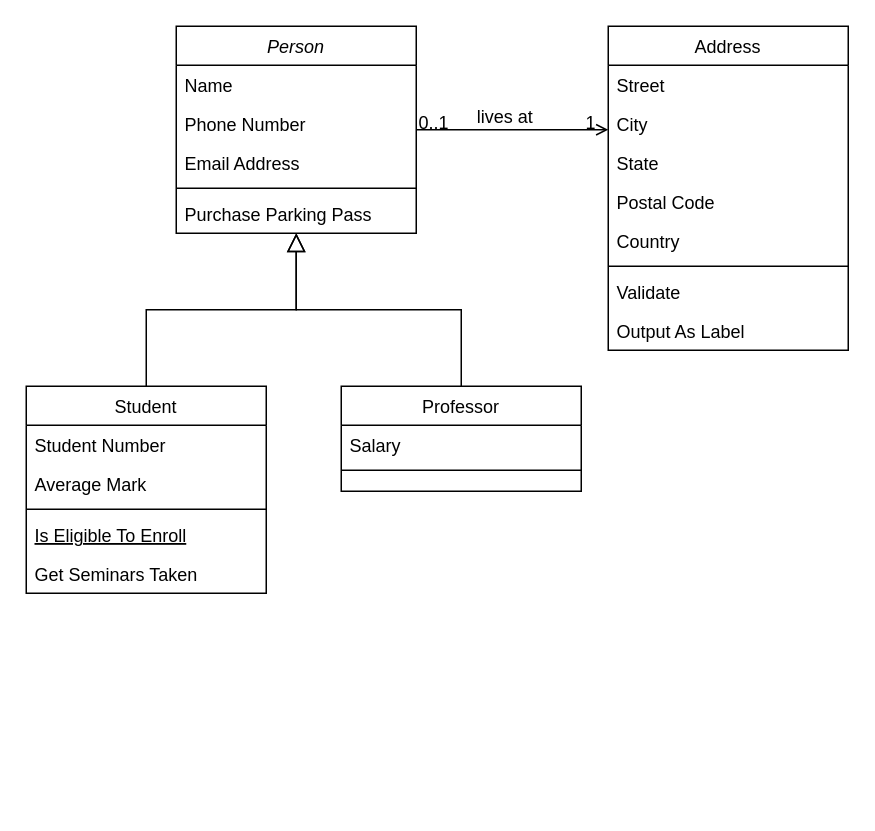
The draw.io diagram Диаграмма/Диаграмма без названия.drawio in ditclay/DemoEkzamen, before the edit. Source tidied: cells renumbered, new cells numbered last; positions are measured from the earlier drawing's top-left corner, leaving out a move shared by most shapes. Both pictures are drawn from the tidied source at 150%, with x=0, y=0 at pixel (26, 26).
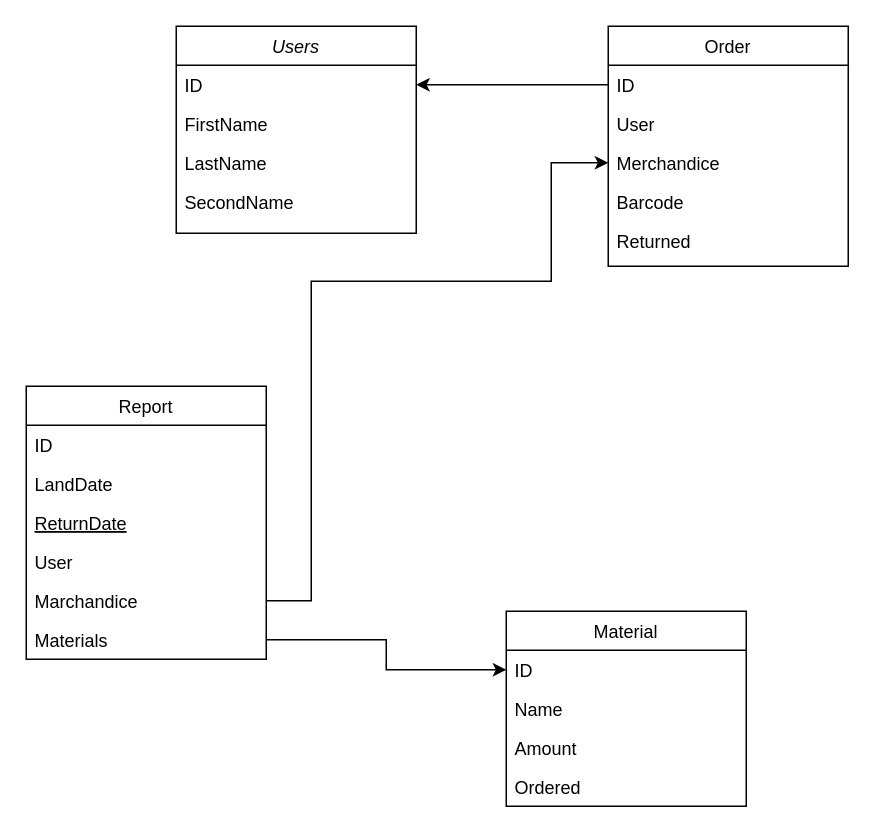
Above is the later version.

What changed in the source:
```diff
@@
-    <mxCell id="2" value="Person" style="swimlane;fontStyle=2;align=center;verticalAlign=top;horizontal=1;startSize=26;rounded=0;shadow=0;strokeWidth=1;" parent="1" vertex="1">
+    <mxCell id="2" value="Users&#10;" style="swimlane;fontStyle=2;align=center;verticalAlign=top;horizontal=1;startSize=26;rounded=0;shadow=0;strokeWidth=1;" parent="1" vertex="1">
       <mxGeometry x="100" width="160" height="138" as="geometry" />
     </mxCell>
-    <mxCell id="3" value="Name" style="text;align=left;verticalAlign=top;spacingLeft=4;spacingRight=4;overflow=hidden;points=[[0,0.5],[1,0.5]];portConstraint=eastwest;" parent="2" vertex="1">
+    <mxCell id="3" value="ID" style="text;align=left;verticalAlign=top;spacingLeft=4;spacingRight=4;overflow=hidden;points=[[0,0.5],[1,0.5]];portConstraint=eastwest;" parent="2" vertex="1">
       <mxGeometry y="26" width="160" height="26" as="geometry" />
     </mxCell>
-    <mxCell id="4" value="Phone Number" style="text;align=left;verticalAlign=top;spacingLeft=4;spacingRight=4;overflow=hidden;rounded=0;shadow=0;html=0;" parent="2" vertex="1">
+    <mxCell id="4" value="FirstName" style="text;align=left;verticalAlign=top;spacingLeft=4;spacingRight=4;overflow=hidden;rounded=0;shadow=0;html=0;" parent="2" vertex="1">
       <mxGeometry y="52" width="160" height="26" as="geometry" />
     </mxCell>
-    <mxCell id="5" value="Email Address" style="text;align=left;verticalAlign=top;spacingLeft=4;spacingRight=4;overflow=hidden;rounded=0;shadow=0;html=0;" parent="2" vertex="1">
+    <mxCell id="5" value="LastName&#10;" style="text;align=left;verticalAlign=top;spacingLeft=4;spacingRight=4;overflow=hidden;rounded=0;shadow=0;html=0;" parent="2" vertex="1">
       <mxGeometry y="78" width="160" height="26" as="geometry" />
     </mxCell>
-    <mxCell id="6" style="line;html=1;strokeWidth=1;align=left;verticalAlign=middle;spacingTop=-1;spacingLeft=3;spacingRight=3;labelPosition=right;" parent="2" vertex="1">
-      <mxGeometry y="104" width="160" height="8" as="geometry" />
-    </mxCell>
-    <mxCell id="7" value="Purchase Parking Pass" style="text;align=left;verticalAlign=top;spacingLeft=4;spacingRight=4;overflow=hidden;" parent="2" vertex="1">
-      <mxGeometry y="112" width="160" height="26" as="geometry" />
+    <mxCell id="7" value="SecondName" style="text;align=left;verticalAlign=top;spacingLeft=4;spacingRight=4;overflow=hidden;" parent="2" vertex="1">
+      <mxGeometry y="104" width="160" height="26" as="geometry" />
     </mxCell>
-    <mxCell id="8" value="Student" style="swimlane;fontStyle=0;align=center;verticalAlign=top;horizontal=1;startSize=26;rounded=0;shadow=0;strokeWidth=1;" parent="1" vertex="1">
-      <mxGeometry y="240" width="160" height="138" as="geometry" />
+    <mxCell id="8" value="Report" style="swimlane;fontStyle=0;align=center;verticalAlign=top;horizontal=1;startSize=26;rounded=0;shadow=0;strokeWidth=1;" parent="1" vertex="1">
+      <mxGeometry y="240" width="160" height="182" as="geometry" />
     </mxCell>
-    <mxCell id="9" value="Student Number" style="text;align=left;verticalAlign=top;spacingLeft=4;spacingRight=4;overflow=hidden;" parent="8" vertex="1">
+    <mxCell id="9" value="ID" style="text;align=left;verticalAlign=top;spacingLeft=4;spacingRight=4;overflow=hidden;" parent="8" vertex="1">
       <mxGeometry y="26" width="160" height="26" as="geometry" />
     </mxCell>
-    <mxCell id="10" value="Average Mark" style="text;align=left;verticalAlign=top;spacingLeft=4;spacingRight=4;overflow=hidden;rounded=0;shadow=0;html=0;" parent="8" vertex="1">
+    <mxCell id="10" value="LandDate" style="text;align=left;verticalAlign=top;spacingLeft=4;spacingRight=4;overflow=hidden;rounded=0;shadow=0;html=0;" parent="8" vertex="1">
       <mxGeometry y="52" width="160" height="26" as="geometry" />
     </mxCell>
-    <mxCell id="11" style="line;html=1;strokeWidth=1;align=left;verticalAlign=middle;spacingTop=-1;spacingLeft=3;spacingRight=3;labelPosition=right;" parent="8" vertex="1">
-      <mxGeometry y="78" width="160" height="8" as="geometry" />
-    </mxCell>
-    <mxCell id="12" value="Is Eligible To Enroll" style="text;align=left;verticalAlign=top;spacingLeft=4;spacingRight=4;overflow=hidden;fontStyle=4;" parent="8" vertex="1">
-      <mxGeometry y="86" width="160" height="26" as="geometry" />
+    <mxCell id="12" value="ReturnDate" style="text;align=left;verticalAlign=top;spacingLeft=4;spacingRight=4;overflow=hidden;fontStyle=4;" parent="8" vertex="1">
+      <mxGeometry y="78" width="160" height="26" as="geometry" />
     </mxCell>
-    <mxCell id="13" value="Get Seminars Taken" style="text;align=left;verticalAlign=top;spacingLeft=4;spacingRight=4;overflow=hidden;" parent="8" vertex="1">
-      <mxGeometry y="112" width="160" height="26" as="geometry" />
+    <mxCell id="13" value="User" style="text;align=left;verticalAlign=top;spacingLeft=4;spacingRight=4;overflow=hidden;" parent="8" vertex="1">
+      <mxGeometry y="104" width="160" height="26" as="geometry" />
     </mxCell>
-    <mxCell id="14" style="endArrow=block;endSize=10;endFill=0;shadow=0;strokeWidth=1;rounded=0;edgeStyle=elbowEdgeStyle;elbow=vertical;" parent="1" edge="1" source="8" target="2">
-      <mxGeometry relative="1" as="geometry" />
-    </mxCell>
+    <mxCell id="32" value="Marchandice" style="text;align=left;verticalAlign=top;spacingLeft=4;spacingRight=4;overflow=hidden;points=[[0,0.5],[1,0.5]];portConstraint=eastwest;" parent="8" vertex="1">
+      <mxGeometry y="130" width="160" height="26" as="geometry" />
+    </mxCell>
+    <mxCell id="33" value="Materials" style="text;align=left;verticalAlign=top;spacingLeft=4;spacingRight=4;overflow=hidden;points=[[0,0.5],[1,0.5]];portConstraint=eastwest;" parent="8" vertex="1">
+      <mxGeometry y="156" width="160" height="26" as="geometry" />
+    </mxCell>
-    <mxCell id="15" value="Professor" style="swimlane;fontStyle=0;align=center;verticalAlign=top;horizontal=1;startSize=26;rounded=0;shadow=0;strokeWidth=1;" parent="1" vertex="1">
-      <mxGeometry x="210" y="240" width="160" height="70" as="geometry" />
+    <mxCell id="15" value="Material&#10;" style="swimlane;fontStyle=0;align=center;verticalAlign=top;horizontal=1;startSize=26;rounded=0;shadow=0;strokeWidth=1;" parent="1" vertex="1">
+      <mxGeometry x="320" y="390" width="160" height="130" as="geometry" />
     </mxCell>
-    <mxCell id="16" value="Salary" style="text;align=left;verticalAlign=top;spacingLeft=4;spacingRight=4;overflow=hidden;points=[[0,0.5],[1,0.5]];portConstraint=eastwest;" parent="15" vertex="1">
+    <mxCell id="16" value="ID&#10;" style="text;align=left;verticalAlign=top;spacingLeft=4;spacingRight=4;overflow=hidden;points=[[0,0.5],[1,0.5]];portConstraint=eastwest;" parent="15" vertex="1">
       <mxGeometry y="26" width="160" height="26" as="geometry" />
     </mxCell>
-    <mxCell id="17" style="line;html=1;strokeWidth=1;align=left;verticalAlign=middle;spacingTop=-1;spacingLeft=3;spacingRight=3;labelPosition=right;" parent="15" vertex="1">
-      <mxGeometry y="52" width="160" height="8" as="geometry" />
-    </mxCell>
-    <mxCell id="18" style="endArrow=block;endSize=10;endFill=0;shadow=0;strokeWidth=1;rounded=0;edgeStyle=elbowEdgeStyle;elbow=vertical;" parent="1" edge="1" source="15" target="2">
-      <mxGeometry relative="1" as="geometry" />
-    </mxCell>
+    <mxCell id="34" value="Name&#10;" style="text;align=left;verticalAlign=top;spacingLeft=4;spacingRight=4;overflow=hidden;" parent="15" vertex="1">
+      <mxGeometry y="52" width="160" height="26" as="geometry" />
+    </mxCell>
+    <mxCell id="35" value="Amount" style="text;align=left;verticalAlign=top;spacingLeft=4;spacingRight=4;overflow=hidden;" parent="15" vertex="1">
+      <mxGeometry y="78" width="160" height="26" as="geometry" />
+    </mxCell>
+    <mxCell id="36" value="Ordered" style="text;align=left;verticalAlign=top;spacingLeft=4;spacingRight=4;overflow=hidden;" parent="15" vertex="1">
+      <mxGeometry y="104" width="160" height="26" as="geometry" />
+    </mxCell>
-    <mxCell id="19" value="Address" style="swimlane;fontStyle=0;align=center;verticalAlign=top;horizontal=1;startSize=26;rounded=0;shadow=0;strokeWidth=1;" parent="1" vertex="1">
-      <mxGeometry x="388" width="160" height="216" as="geometry" />
+    <mxCell id="19" value="Order" style="swimlane;fontStyle=0;align=center;verticalAlign=top;horizontal=1;startSize=26;rounded=0;shadow=0;strokeWidth=1;" parent="1" vertex="1">
+      <mxGeometry x="388" width="160" height="160" as="geometry" />
     </mxCell>
-    <mxCell id="20" value="Street" style="text;align=left;verticalAlign=top;spacingLeft=4;spacingRight=4;overflow=hidden;points=[[0,0.5],[1,0.5]];portConstraint=eastwest;" parent="19" vertex="1">
+    <mxCell id="20" value="ID" style="text;align=left;verticalAlign=top;spacingLeft=4;spacingRight=4;overflow=hidden;points=[[0,0.5],[1,0.5]];portConstraint=eastwest;" parent="19" vertex="1">
       <mxGeometry y="26" width="160" height="26" as="geometry" />
     </mxCell>
-    <mxCell id="21" value="City" style="text;align=left;verticalAlign=top;spacingLeft=4;spacingRight=4;overflow=hidden;rounded=0;shadow=0;html=0;" parent="19" vertex="1">
+    <mxCell id="21" value="User" style="text;align=left;verticalAlign=top;spacingLeft=4;spacingRight=4;overflow=hidden;rounded=0;shadow=0;html=0;" parent="19" vertex="1">
       <mxGeometry y="52" width="160" height="26" as="geometry" />
     </mxCell>
-    <mxCell id="22" value="State" style="text;align=left;verticalAlign=top;spacingLeft=4;spacingRight=4;overflow=hidden;points=[[0,0.5],[1,0.5]];portConstraint=eastwest;rounded=0;shadow=0;html=0;" parent="19" vertex="1">
+    <mxCell id="22" value="Merchandice" style="text;align=left;verticalAlign=top;spacingLeft=4;spacingRight=4;overflow=hidden;points=[[0,0.5],[1,0.5]];portConstraint=eastwest;rounded=0;shadow=0;html=0;" parent="19" vertex="1">
       <mxGeometry y="78" width="160" height="26" as="geometry" />
     </mxCell>
-    <mxCell id="23" value="Postal Code" style="text;align=left;verticalAlign=top;spacingLeft=4;spacingRight=4;overflow=hidden;rounded=0;shadow=0;html=0;" parent="19" vertex="1">
+    <mxCell id="23" value="Barcode" style="text;align=left;verticalAlign=top;spacingLeft=4;spacingRight=4;overflow=hidden;rounded=0;shadow=0;html=0;" parent="19" vertex="1">
       <mxGeometry y="104" width="160" height="26" as="geometry" />
     </mxCell>
-    <mxCell id="24" value="Country" style="text;align=left;verticalAlign=top;spacingLeft=4;spacingRight=4;overflow=hidden;rounded=0;shadow=0;html=0;" parent="19" vertex="1">
+    <mxCell id="24" value="Returned" style="text;align=left;verticalAlign=top;spacingLeft=4;spacingRight=4;overflow=hidden;rounded=0;shadow=0;html=0;" parent="19" vertex="1">
       <mxGeometry y="130" width="160" height="26" as="geometry" />
     </mxCell>
-    <mxCell id="25" style="line;html=1;strokeWidth=1;align=left;verticalAlign=middle;spacingTop=-1;spacingLeft=3;spacingRight=3;labelPosition=right;" parent="19" vertex="1">
-      <mxGeometry y="156" width="160" height="8" as="geometry" />
-    </mxCell>
-    <mxCell id="26" value="Validate" style="text;align=left;verticalAlign=top;spacingLeft=4;spacingRight=4;overflow=hidden;" parent="19" vertex="1">
-      <mxGeometry y="164" width="160" height="26" as="geometry" />
-    </mxCell>
-    <mxCell id="27" value="Output As Label" style="text;align=left;verticalAlign=top;spacingLeft=4;spacingRight=4;overflow=hidden;" parent="19" vertex="1">
-      <mxGeometry y="190" width="160" height="26" as="geometry" />
-    </mxCell>
-    <mxCell id="28" style="endArrow=open;shadow=0;strokeWidth=1;rounded=0;endFill=1;edgeStyle=elbowEdgeStyle;elbow=vertical;" parent="1" edge="1" source="2" target="19">
-      <mxGeometry x="0.5" y="41" relative="1" as="geometry">
-        <mxPoint x="-40" y="32" as="offset" />
-      </mxGeometry>
-    </mxCell>
-    <mxCell id="29" value="0..1" style="align=left;verticalAlign=bottom;labelBackgroundColor=none;fontSize=12;" parent="28" vertex="1">
-      <mxGeometry x="-1" relative="1" as="geometry">
-        <mxPoint y="4" as="offset" />
-      </mxGeometry>
-    </mxCell>
-    <mxCell id="30" value="1" style="align=right;verticalAlign=bottom;labelBackgroundColor=none;fontSize=12;" parent="28" vertex="1">
-      <mxGeometry x="1" relative="1" as="geometry">
-        <mxPoint x="-7" y="4" as="offset" />
-      </mxGeometry>
-    </mxCell>
-    <mxCell id="31" value="lives at" style="text;html=1;align=center;verticalAlign=middle;labelBackgroundColor=none;rounded=0;shadow=0;strokeWidth=1;fontSize=12;" parent="28" vertex="1">
-      <mxGeometry x="0.5" y="49" relative="1" as="geometry">
-        <mxPoint x="-38" y="40" as="offset" />
-      </mxGeometry>
-    </mxCell>
+    <mxCell id="37" style="edgeStyle=orthogonalEdgeStyle;rounded=0;jettySize=auto;html=1;" parent="1" edge="1" source="33" target="16">
+      <mxGeometry relative="1" as="geometry" />
+    </mxCell>
+    <mxCell id="38" style="edgeStyle=orthogonalEdgeStyle;rounded=0;jettySize=auto;html=1;" parent="1" edge="1" source="32" target="22">
+      <mxGeometry relative="1" as="geometry">
+        <Array as="points">
+          <mxPoint x="190" y="383" />
+          <mxPoint x="190" y="170" />
+          <mxPoint x="350" y="170" />
+          <mxPoint x="350" y="91" />
+        </Array>
+      </mxGeometry>
+    </mxCell>
+    <mxCell id="39" style="edgeStyle=orthogonalEdgeStyle;rounded=0;jettySize=auto;html=1;" parent="1" edge="1" source="20" target="3">
+      <mxGeometry relative="1" as="geometry" />
+    </mxCell>
```
